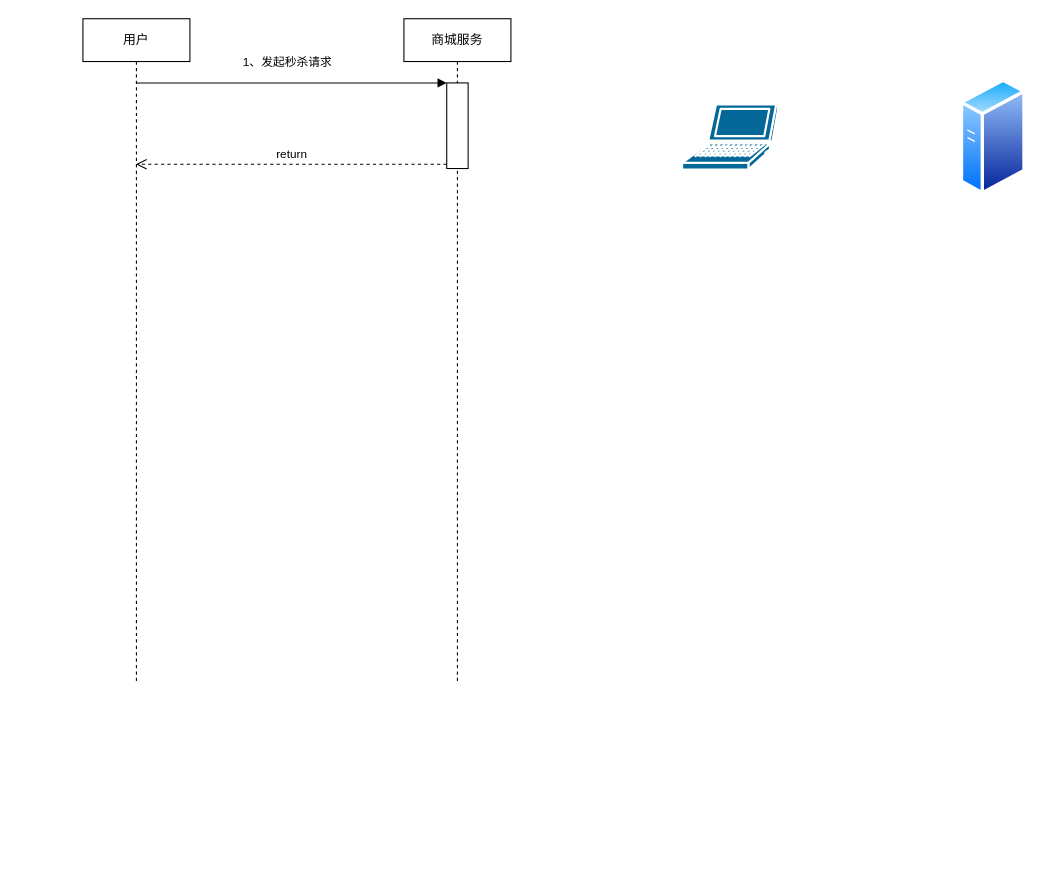
Earlier version of the draw.io diagram 秒杀存储过程.drawio (jacbo-emm/mall). Source tidied: cells renumbered, new cells numbered last; positions are measured from the earlier drawing's top-left corner, leaving out a move shared by most shapes. Both pictures are drawn from the tidied source at 107%, with x=0, y=0 at pixel (82, 18).
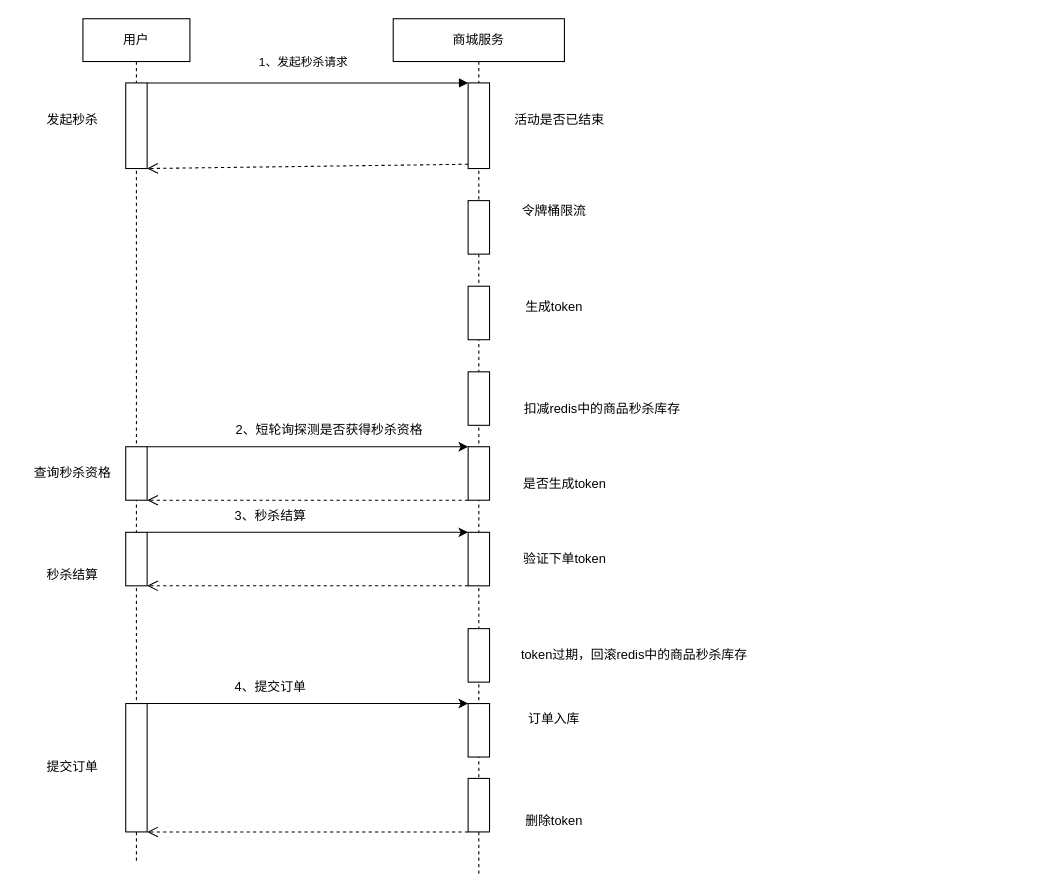
After the change.

Commit message:
更新秒杀存储过程.drawio

Change to the diagram source:
```diff
@@
     <mxCell id="2" value="用户" style="shape=umlLifeline;perimeter=lifelinePerimeter;whiteSpace=wrap;html=1;outlineConnect=0;" parent="1" vertex="1">
-      <mxGeometry width="100" height="620" as="geometry" />
+      <mxGeometry width="100" height="790" as="geometry" />
     </mxCell>
+    <mxCell id="9" style="rounded=0;whiteSpace=wrap;html=1;" parent="2" vertex="1">
+      <mxGeometry x="40" y="400" width="20" height="50" as="geometry" />
+    </mxCell>
+    <mxCell id="10" style="html=1;perimeter=orthogonalPerimeter;" parent="2" vertex="1">
+      <mxGeometry x="40" y="60" width="20" height="80" as="geometry" />
+    </mxCell>
+    <mxCell id="11" style="rounded=0;whiteSpace=wrap;html=1;" parent="2" vertex="1">
+      <mxGeometry x="40" y="480" width="20" height="50" as="geometry" />
+    </mxCell>
+    <mxCell id="12" style="rounded=0;whiteSpace=wrap;html=1;" parent="2" vertex="1">
+      <mxGeometry x="40" y="640" width="20" height="120" as="geometry" />
+    </mxCell>
     <mxCell id="3" value="商城服务" style="shape=umlLifeline;perimeter=lifelinePerimeter;whiteSpace=wrap;html=1;" parent="1" vertex="1">
-      <mxGeometry x="300" width="100" height="620" as="geometry" />
+      <mxGeometry x="290" width="160" height="800" as="geometry" />
     </mxCell>
     <mxCell id="4" style="html=1;points=[];perimeter=orthogonalPerimeter;" parent="3" vertex="1">
-      <mxGeometry x="40" y="60" width="20" height="80" as="geometry" />
+      <mxGeometry x="70" y="60" width="20" height="80" as="geometry" />
     </mxCell>
+    <mxCell id="13" style="rounded=0;whiteSpace=wrap;html=1;" parent="3" vertex="1">
+      <mxGeometry x="70" y="170" width="20" height="50" as="geometry" />
+    </mxCell>
+    <mxCell id="14" style="rounded=0;whiteSpace=wrap;html=1;" parent="3" vertex="1">
+      <mxGeometry x="70" y="250" width="20" height="50" as="geometry" />
+    </mxCell>
+    <mxCell id="15" style="rounded=0;whiteSpace=wrap;html=1;" parent="3" vertex="1">
+      <mxGeometry x="70" y="330" width="20" height="50" as="geometry" />
+    </mxCell>
+    <mxCell id="16" style="rounded=0;whiteSpace=wrap;html=1;" parent="3" vertex="1">
+      <mxGeometry x="70" y="400" width="20" height="50" as="geometry" />
+    </mxCell>
+    <mxCell id="17" style="rounded=0;whiteSpace=wrap;html=1;" parent="3" vertex="1">
+      <mxGeometry x="70" y="480" width="20" height="50" as="geometry" />
+    </mxCell>
+    <mxCell id="18" style="rounded=0;whiteSpace=wrap;html=1;" parent="3" vertex="1">
+      <mxGeometry x="70" y="570" width="20" height="50" as="geometry" />
+    </mxCell>
+    <mxCell id="19" style="rounded=0;whiteSpace=wrap;html=1;" parent="3" vertex="1">
+      <mxGeometry x="70" y="710" width="20" height="50" as="geometry" />
+    </mxCell>
+    <mxCell id="20" style="rounded=0;whiteSpace=wrap;html=1;" parent="3" vertex="1">
+      <mxGeometry x="70" y="640" width="20" height="50" as="geometry" />
+    </mxCell>
-    <mxCell id="5" value="1、发起秒杀请求" style="html=1;verticalAlign=bottom;endArrow=block;entryX=0;entryY=0;rounded=0;" parent="1" edge="1" source="2" target="4">
+    <mxCell id="5" value="1、发起秒杀请求" style="html=1;verticalAlign=bottom;endArrow=block;entryX=0;entryY=0;rounded=0;" parent="1" edge="1" target="4">
       <mxGeometry x="-0.03" y="10" relative="1" as="geometry">
+        <mxPoint x="60" y="60" as="sourcePoint" />
         <Array as="points">
           <mxPoint x="200" y="60" />
         </Array>
       </mxGeometry>
     </mxCell>
-    <mxCell id="6" value="return" style="html=1;verticalAlign=bottom;endArrow=open;dashed=1;endSize=8;exitX=0;exitY=0.95;rounded=0;" parent="1" edge="1" source="4" target="2">
-      <mxGeometry relative="1" as="geometry" />
+    <mxCell id="6" style="html=1;verticalAlign=bottom;endArrow=open;dashed=1;endSize=8;exitX=0;exitY=0.95;rounded=0;" parent="1" edge="1" source="4">
+      <mxGeometry x="-0.14" y="-38" relative="1" as="geometry">
+        <mxPoint x="60" y="140" as="targetPoint" />
+      </mxGeometry>
     </mxCell>
-    <mxCell id="7" style="shape=mxgraph.cisco.computers_and_peripherals.laptop;sketch=0;html=1;dashed=0;fillColor=#036897;strokeColor=#ffffff;strokeWidth=2;verticalLabelPosition=bottom;verticalAlign=top;align=center;" parent="1" vertex="1">
-      <mxGeometry x="560" y="80" width="90" height="61" as="geometry" />
-    </mxCell>
-    <mxCell id="8" style="perimeter=ellipsePerimeter;html=1;align=center;shadow=0;dashed=0;spacingTop=3;image;image=img/lib/active_directory/generic_server.svg;" parent="1" vertex="1">
-      <mxGeometry x="820" y="55.5" width="61.6" height="110" as="geometry" />
-    </mxCell>
+    <mxCell id="21" value="活动是否已结束" style="text;html=1;align=center;verticalAlign=middle;strokeColor=none;fillColor=none;" parent="1" vertex="1">
+      <mxGeometry x="390" y="80" width="110" height="30" as="geometry" />
+    </mxCell>
+    <mxCell id="22" value="令牌桶限流" style="text;html=1;align=center;verticalAlign=middle;strokeColor=none;fillColor=none;" parent="1" vertex="1">
+      <mxGeometry x="400" y="165" width="80" height="30" as="geometry" />
+    </mxCell>
+    <mxCell id="23" value="生成token" style="text;html=1;align=center;verticalAlign=middle;strokeColor=none;fillColor=none;" parent="1" vertex="1">
+      <mxGeometry x="400" y="255" width="80" height="30" as="geometry" />
+    </mxCell>
+    <mxCell id="24" value="扣减redis中的商品秒杀库存" style="text;html=1;align=center;verticalAlign=middle;strokeColor=none;fillColor=none;" parent="1" vertex="1">
+      <mxGeometry x="400" y="350" width="170" height="30" as="geometry" />
+    </mxCell>
+    <mxCell id="25" value="是否生成token" style="text;html=1;align=center;verticalAlign=middle;strokeColor=none;fillColor=none;" parent="1" vertex="1">
+      <mxGeometry x="400" y="420" width="100" height="30" as="geometry" />
+    </mxCell>
+    <mxCell id="26" style="endArrow=classic;html=1;rounded=0;exitX=1;exitY=0;exitDx=0;exitDy=0;" parent="1" edge="1" source="9">
+      <mxGeometry relative="1" as="geometry">
+        <mxPoint x="360" y="400" as="targetPoint" />
+      </mxGeometry>
+    </mxCell>
+    <mxCell id="27" value="2、短轮询探测是否获得秒杀资格" style="text;html=1;align=center;verticalAlign=middle;strokeColor=none;fillColor=none;" parent="1" vertex="1">
+      <mxGeometry x="130" y="370" width="200" height="30" as="geometry" />
+    </mxCell>
+    <mxCell id="28" style="html=1;verticalAlign=bottom;endArrow=open;dashed=1;endSize=8;rounded=0;exitX=0;exitY=1;exitDx=0;exitDy=0;entryX=1;entryY=1;entryDx=0;entryDy=0;" parent="1" edge="1" source="16" target="9">
+      <mxGeometry x="-0.14" y="-38" relative="1" as="geometry" />
+    </mxCell>
+    <mxCell id="29" value="发起秒杀" style="text;html=1;align=center;verticalAlign=middle;strokeColor=none;fillColor=none;" parent="1" vertex="1">
+      <mxGeometry x="-45" y="80" width="70" height="30" as="geometry" />
+    </mxCell>
+    <mxCell id="30" value="查询秒杀资格" style="text;html=1;align=center;verticalAlign=middle;strokeColor=none;fillColor=none;" parent="1" vertex="1">
+      <mxGeometry x="-60" y="410" width="100" height="30" as="geometry" />
+    </mxCell>
+    <mxCell id="31" style="endArrow=classic;html=1;rounded=0;exitX=1;exitY=0;exitDx=0;exitDy=0;entryX=0;entryY=0;entryDx=0;entryDy=0;" parent="1" edge="1" source="11" target="17">
+      <mxGeometry relative="1" as="geometry" />
+    </mxCell>
+    <mxCell id="32" style="html=1;verticalAlign=bottom;endArrow=open;dashed=1;endSize=8;rounded=0;exitX=0;exitY=1;exitDx=0;exitDy=0;entryX=1;entryY=1;entryDx=0;entryDy=0;" parent="1" edge="1" source="17" target="11">
+      <mxGeometry x="-0.14" y="-38" relative="1" as="geometry" />
+    </mxCell>
+    <mxCell id="33" value="秒杀结算" style="text;html=1;align=center;verticalAlign=middle;strokeColor=none;fillColor=none;" parent="1" vertex="1">
+      <mxGeometry x="-45" y="505" width="70" height="30" as="geometry" />
+    </mxCell>
+    <mxCell id="34" value="3、秒杀结算" style="text;html=1;align=center;verticalAlign=middle;strokeColor=none;fillColor=none;" parent="1" vertex="1">
+      <mxGeometry x="130" y="450" width="90" height="30" as="geometry" />
+    </mxCell>
+    <mxCell id="35" value="验证下单token" style="text;html=1;align=center;verticalAlign=middle;strokeColor=none;fillColor=none;" parent="1" vertex="1">
+      <mxGeometry x="400" y="490" width="100" height="30" as="geometry" />
+    </mxCell>
+    <mxCell id="36" value="token过期，回滚redis中的商品秒杀库存" style="text;html=1;align=center;verticalAlign=middle;strokeColor=none;fillColor=none;" parent="1" vertex="1">
+      <mxGeometry x="400" y="580" width="230" height="30" as="geometry" />
+    </mxCell>
+    <mxCell id="37" style="endArrow=classic;html=1;rounded=0;exitX=1;exitY=0;exitDx=0;exitDy=0;" parent="1" edge="1" source="12">
+      <mxGeometry relative="1" as="geometry">
+        <mxPoint x="360" y="640" as="targetPoint" />
+      </mxGeometry>
+    </mxCell>
+    <mxCell id="38" value="4、提交订单" style="text;html=1;align=center;verticalAlign=middle;strokeColor=none;fillColor=none;" parent="1" vertex="1">
+      <mxGeometry x="130" y="610" width="90" height="30" as="geometry" />
+    </mxCell>
+    <mxCell id="39" value="订单入库" style="text;html=1;align=center;verticalAlign=middle;strokeColor=none;fillColor=none;" parent="1" vertex="1">
+      <mxGeometry x="405" y="640" width="70" height="30" as="geometry" />
+    </mxCell>
+    <mxCell id="40" value="删除token" style="text;html=1;align=center;verticalAlign=middle;strokeColor=none;fillColor=none;" parent="1" vertex="1">
+      <mxGeometry x="400" y="735" width="80" height="30" as="geometry" />
+    </mxCell>
+    <mxCell id="41" value="提交订单" style="text;html=1;align=center;verticalAlign=middle;strokeColor=none;fillColor=none;" parent="1" vertex="1">
+      <mxGeometry x="-45" y="685" width="70" height="30" as="geometry" />
+    </mxCell>
+    <mxCell id="42" style="html=1;verticalAlign=bottom;endArrow=open;dashed=1;endSize=8;rounded=0;exitX=0;exitY=1;exitDx=0;exitDy=0;" parent="1" edge="1" source="19">
+      <mxGeometry x="-0.14" y="-38" relative="1" as="geometry">
+        <mxPoint x="60" y="760" as="targetPoint" />
+      </mxGeometry>
+    </mxCell>
```
